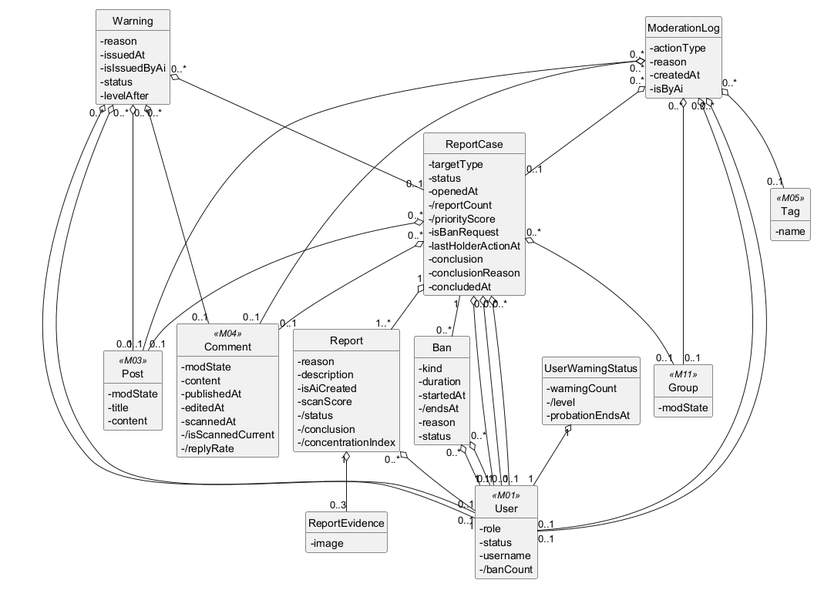
Above: .agents/.claude/system_analysis/output/data-model/ec/diagrams/EC-M08.png in ducsiukap/iShare (PlantUML), before the change.
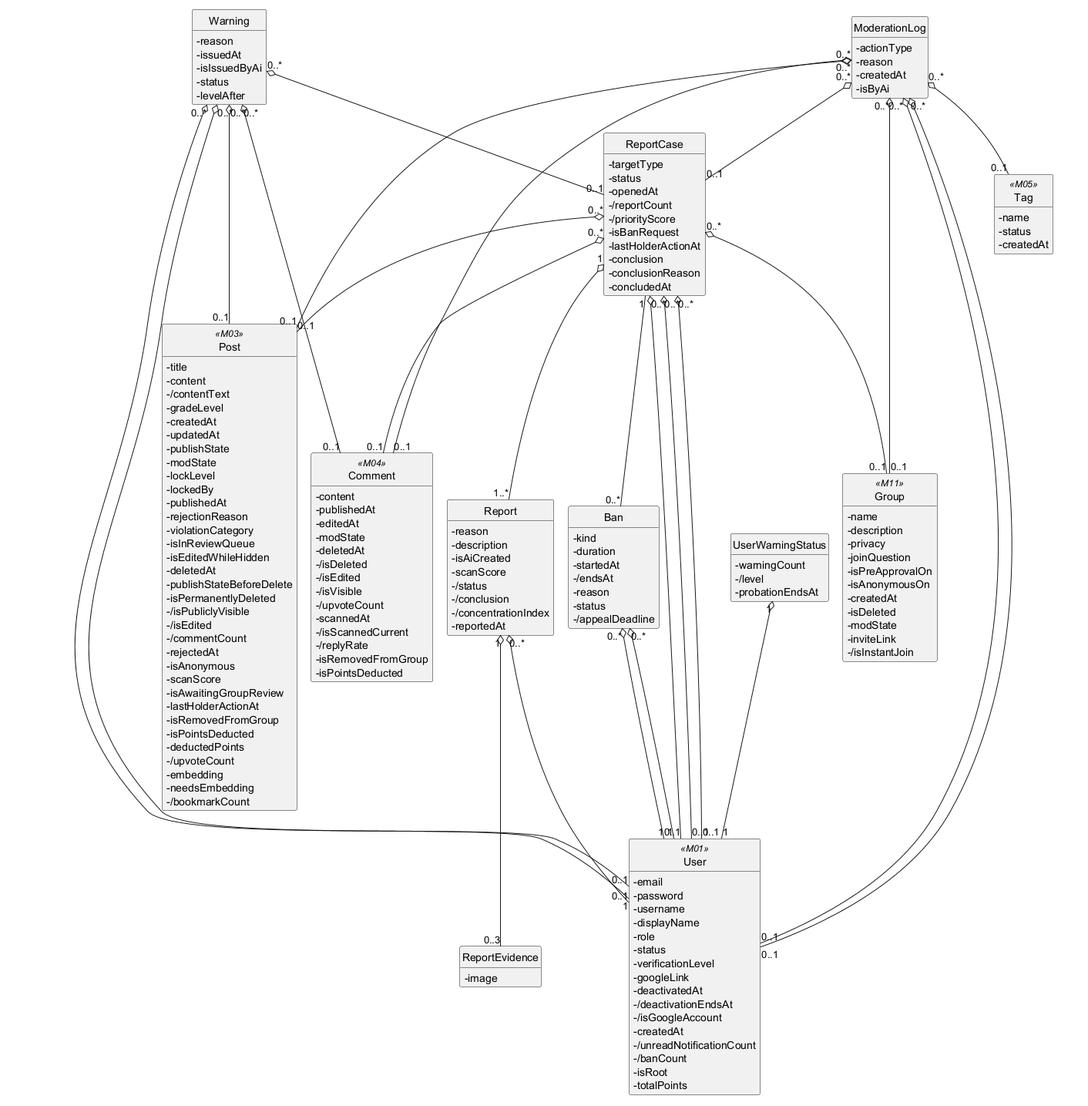
After the commit.

What changed in the source:
```diff
@@ -12,6 +12,7 @@
   -/status
   -/conclusion
   -/concentrationIndex
+  -reportedAt
 }
 class ReportEvidence {
   -image
@@ -47,6 +48,7 @@
   -/endsAt
   -reason
   -status
+  -/appealDeadline
 }
 class ModerationLog {
   -actionType
@@ -55,30 +57,91 @@
   -isByAi
 }
 class User <<M01>> {
+  -email
+  -password
+  -username
+  -displayName
   -role
   -status
-  -username
+  -verificationLevel
+  -googleLink
+  -deactivatedAt
+  -/deactivationEndsAt
+  -/isGoogleAccount
+  -createdAt
+  -/unreadNotificationCount
   -/banCount
+  -isRoot
+  -totalPoints
 }
 class Post <<M03>> {
-  -modState
   -title
   -content
+  -/contentText
+  -gradeLevel
+  -createdAt
+  -updatedAt
+  -publishState
+  -modState
+  -lockLevel
+  -lockedBy
+  -publishedAt
+  -rejectionReason
+  -violationCategory
+  -isInReviewQueue
+  -isEditedWhileHidden
+  -deletedAt
+  -publishStateBeforeDelete
+  -isPermanentlyDeleted
+  -/isPubliclyVisible
+  -/isEdited
+  -/commentCount
+  -rejectedAt
+  -isAnonymous
+  -scanScore
+  -isAwaitingGroupReview
+  -lastHolderActionAt
+  -isRemovedFromGroup
+  -isPointsDeducted
+  -deductedPoints
+  -/upvoteCount
+  -embedding
+  -needsEmbedding
+  -/bookmarkCount
 }
 class Comment <<M04>> {
-  -modState
   -content
   -publishedAt
   -editedAt
+  -modState
+  -deletedAt
+  -/isDeleted
+  -/isEdited
+  -/isVisible
+  -/upvoteCount
   -scannedAt
   -/isScannedCurrent
   -/replyRate
+  -isRemovedFromGroup
+  -isPointsDeducted
 }
 class Group <<M11>> {
+  -name
+  -description
+  -privacy
+  -joinQuestion
+  -isPreApprovalOn
+  -isAnonymousOn
+  -createdAt
+  -isDeleted
   -modState
+  -inviteLink
+  -/isInstantJoin
 }
 class Tag <<M05>> {
   -name
+  -status
+  -createdAt
 }
 
 ReportCase "1" o-- "1..*" Report
```
